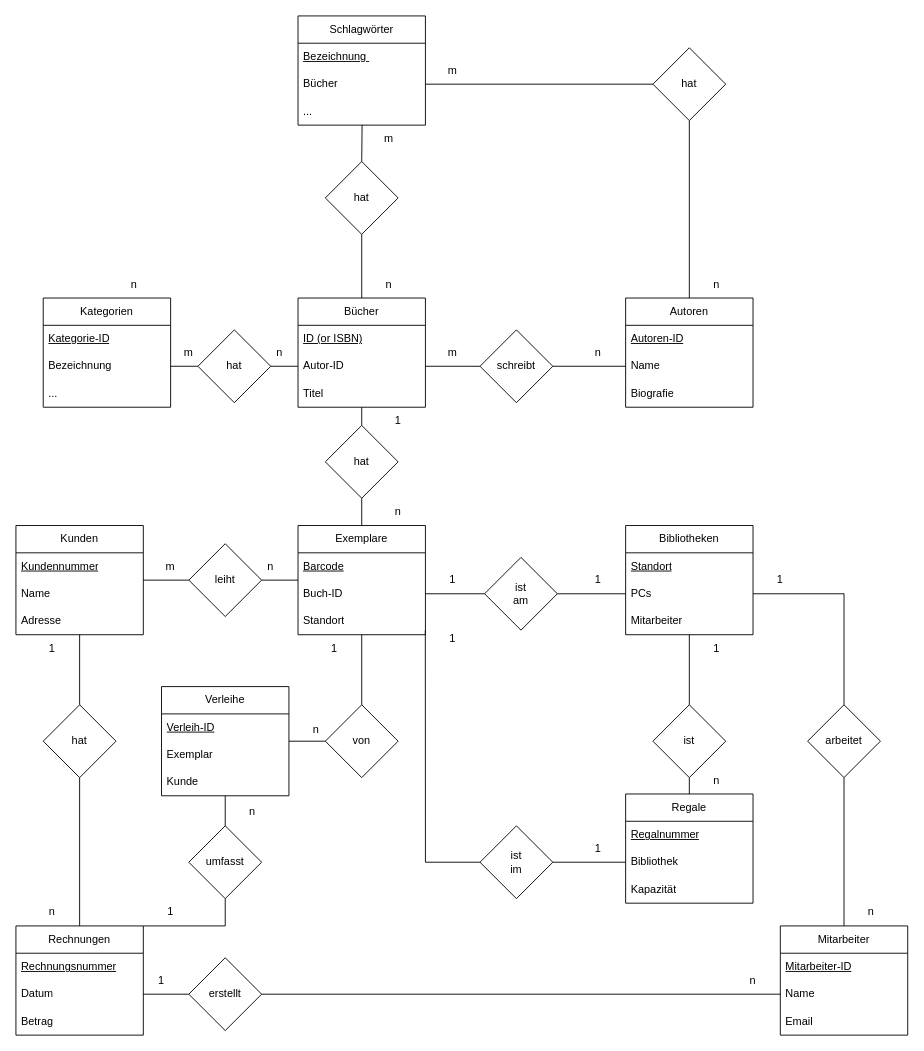
The draw.io diagram Tag_1/Bibliothek.drawio in McLutzifer/WIFI_SW-Engineering, before the edit. Source tidied: cells renumbered, new cells numbered last; positions are measured from the earlier drawing's top-left corner, leaving out a move shared by most shapes. Both pictures are drawn from the tidied source at 91%, with x=0, y=0 at pixel (15, 15).
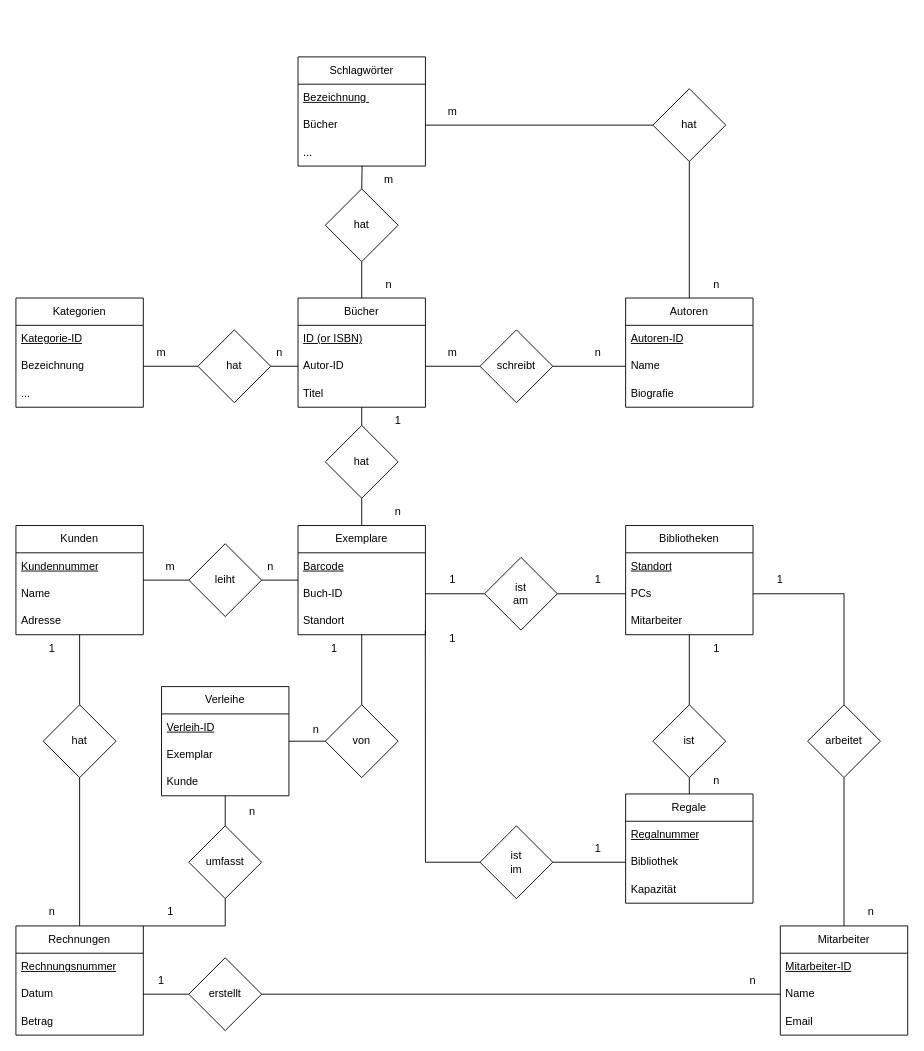
Above is the later version.

Diff of the diagram source:
```diff
@@
     <mxCell id="28" value="Kategorien" style="swimlane;fontStyle=0;horizontal=1;startSize=30;whiteSpace=wrap;html=1;" parent="1" vertex="1">
-      <mxGeometry x="30" y="310" width="140" height="120" as="geometry" />
+      <mxGeometry y="310" width="140" height="120" as="geometry" />
     </mxCell>
@@
     <mxCell id="36" value="m" style="text;html=1;strokeColor=none;fillColor=none;align=center;verticalAlign=middle;whiteSpace=wrap;rounded=0;" parent="1" vertex="1">
-      <mxGeometry x="160" y="355" width="60" height="30" as="geometry" />
+      <mxGeometry x="130" y="355" width="60" height="30" as="geometry" />
     </mxCell>
@@
     <mxCell id="88" value="hat" style="rhombus;whiteSpace=wrap;html=1;" parent="1" vertex="1">
-      <mxGeometry x="340" y="160" width="80" height="80" as="geometry" />
+      <mxGeometry x="340" y="190" width="80" height="80" as="geometry" />
     </mxCell>
     <mxCell id="89" value="Schlagwörter" style="swimlane;fontStyle=0;horizontal=1;startSize=30;whiteSpace=wrap;html=1;" parent="1" vertex="1">
-      <mxGeometry x="310" width="140" height="120" as="geometry" />
+      <mxGeometry x="310" y="45" width="140" height="120" as="geometry" />
     </mxCell>
@@
     <mxCell id="95" value="m" style="text;html=1;strokeColor=none;fillColor=none;align=center;verticalAlign=middle;whiteSpace=wrap;rounded=0;" parent="1" vertex="1">
-      <mxGeometry x="380" y="120" width="60" height="30" as="geometry" />
+      <mxGeometry x="380" y="165" width="60" height="30" as="geometry" />
     </mxCell>
@@
-    <mxCell id="97" value="n" style="text;html=1;strokeColor=none;fillColor=none;align=center;verticalAlign=middle;whiteSpace=wrap;rounded=0;" parent="1" vertex="1">
-      <mxGeometry x="100" y="280" width="60" height="30" as="geometry" />
-    </mxCell>
@@
     <mxCell id="101" value="hat" style="rhombus;whiteSpace=wrap;html=1;" parent="1" vertex="1">
-      <mxGeometry x="700" y="35" width="80" height="80" as="geometry" />
+      <mxGeometry x="700" y="80" width="80" height="80" as="geometry" />
     </mxCell>
@@
     <mxCell id="104" value="m" style="text;html=1;strokeColor=none;fillColor=none;align=center;verticalAlign=middle;whiteSpace=wrap;rounded=0;" parent="1" vertex="1">
-      <mxGeometry x="450" y="45" width="60" height="30" as="geometry" />
+      <mxGeometry x="450" y="90" width="60" height="30" as="geometry" />
     </mxCell>
```
